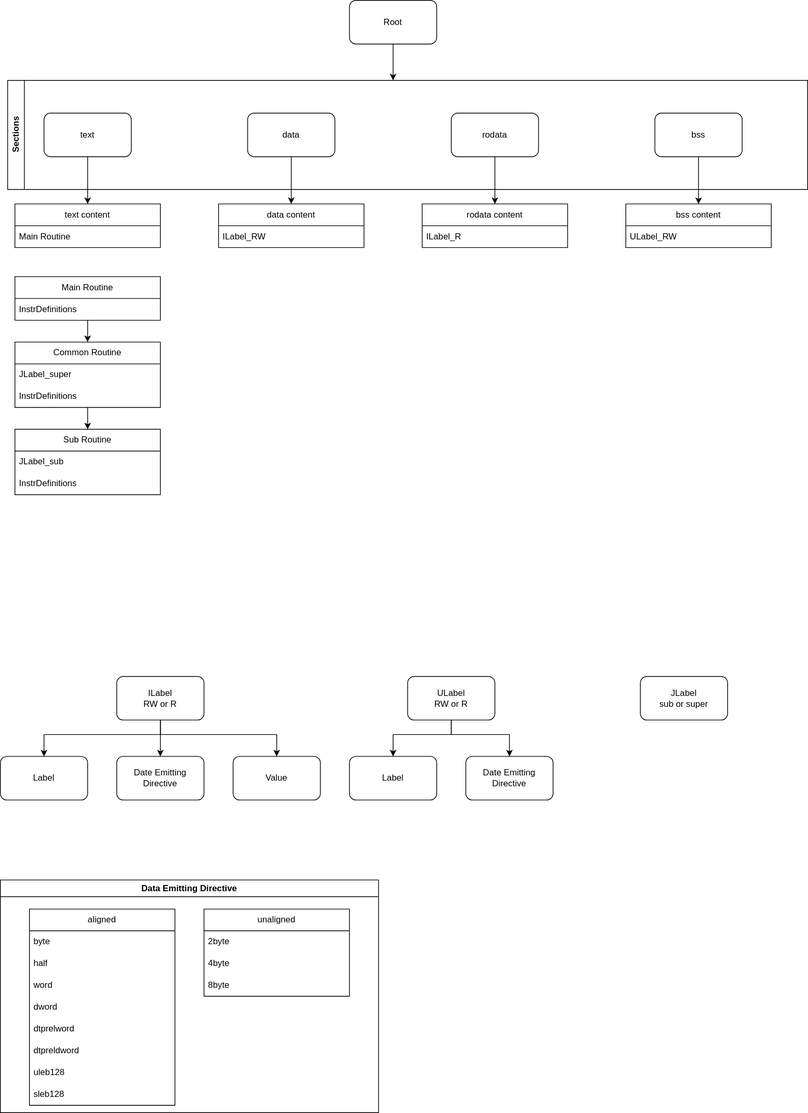
The draw.io diagram docs/RiscV/RiscV - Grammar.drawio.svg in consansri/ProSimWeb-Test, before a commit. Source tidied: cells renumbered, new cells last; positions are measured from the earlier drawing's top-left corner, leaving out a move shared by most shapes. The source it was exported from:
```xml
<mxGraphModel>
  <root>
    <mxCell id="0" />
    <mxCell id="1" parent="0" />
    <mxCell id="2" style="edgeStyle=orthogonalEdgeStyle;rounded=0;jettySize=auto;html=1;" parent="1" edge="1" source="3" target="4">
      <mxGeometry relative="1" as="geometry">
        <Array as="points">
          <mxPoint x="540" y="100" />
          <mxPoint x="540" y="100" />
        </Array>
      </mxGeometry>
    </mxCell>
    <mxCell id="3" value="Root" style="rounded=1;whiteSpace=wrap;html=1;" parent="1" vertex="1">
      <mxGeometry x="480" width="120" height="60" as="geometry" />
    </mxCell>
    <mxCell id="4" value="Sections" style="swimlane;horizontal=0;whiteSpace=wrap;html=1;" parent="1" vertex="1">
      <mxGeometry x="10" y="110" width="1100" height="150" as="geometry" />
    </mxCell>
    <mxCell id="5" value="text" style="rounded=1;whiteSpace=wrap;html=1;" parent="4" vertex="1">
      <mxGeometry x="50" y="45" width="120" height="60" as="geometry" />
    </mxCell>
    <mxCell id="6" value="data" style="rounded=1;whiteSpace=wrap;html=1;" parent="4" vertex="1">
      <mxGeometry x="330" y="45" width="120" height="60" as="geometry" />
    </mxCell>
    <mxCell id="7" value="rodata" style="rounded=1;whiteSpace=wrap;html=1;" parent="4" vertex="1">
      <mxGeometry x="610" y="45" width="120" height="60" as="geometry" />
    </mxCell>
    <mxCell id="8" value="bss" style="rounded=1;whiteSpace=wrap;html=1;" parent="4" vertex="1">
      <mxGeometry x="890" y="45" width="120" height="60" as="geometry" />
    </mxCell>
    <mxCell id="9" style="edgeStyle=orthogonalEdgeStyle;rounded=0;jettySize=auto;html=1;" parent="1" edge="1" source="5" target="41">
      <mxGeometry relative="1" as="geometry" />
    </mxCell>
    <mxCell id="10" style="edgeStyle=orthogonalEdgeStyle;rounded=0;jettySize=auto;html=1;" parent="1" edge="1" source="6" target="39">
      <mxGeometry relative="1" as="geometry" />
    </mxCell>
    <mxCell id="11" style="edgeStyle=orthogonalEdgeStyle;rounded=0;jettySize=auto;html=1;" parent="1" edge="1" source="7" target="44">
      <mxGeometry relative="1" as="geometry" />
    </mxCell>
    <mxCell id="12" style="edgeStyle=orthogonalEdgeStyle;rounded=0;jettySize=auto;html=1;" parent="1" edge="1" source="8" target="46">
      <mxGeometry relative="1" as="geometry" />
    </mxCell>
    <mxCell id="13" style="edgeStyle=orthogonalEdgeStyle;rounded=0;jettySize=auto;html=1;" parent="1" edge="1" source="16" target="17">
      <mxGeometry relative="1" as="geometry">
        <Array as="points">
          <mxPoint x="220" y="1010" />
          <mxPoint x="60" y="1010" />
        </Array>
      </mxGeometry>
    </mxCell>
    <mxCell id="14" style="edgeStyle=orthogonalEdgeStyle;rounded=0;jettySize=auto;html=1;" parent="1" edge="1" source="16" target="18">
      <mxGeometry relative="1" as="geometry" />
    </mxCell>
    <mxCell id="15" style="edgeStyle=orthogonalEdgeStyle;rounded=0;jettySize=auto;html=1;" parent="1" edge="1" source="16" target="33">
      <mxGeometry relative="1" as="geometry">
        <Array as="points">
          <mxPoint x="220" y="1010" />
          <mxPoint x="380" y="1010" />
        </Array>
      </mxGeometry>
    </mxCell>
    <mxCell id="16" value="ILabel&lt;br&gt;RW or R" style="rounded=1;whiteSpace=wrap;html=1;" parent="1" vertex="1">
      <mxGeometry x="160" y="930" width="120" height="60" as="geometry" />
    </mxCell>
    <mxCell id="17" value="Label" style="whiteSpace=wrap;html=1;rounded=1;" parent="1" vertex="1">
      <mxGeometry y="1040" width="120" height="60" as="geometry" />
    </mxCell>
    <mxCell id="18" value="Date Emitting Directive" style="whiteSpace=wrap;html=1;rounded=1;" parent="1" vertex="1">
      <mxGeometry x="160" y="1040" width="120" height="60" as="geometry" />
    </mxCell>
    <mxCell id="19" value="Data Emitting Directive" style="swimlane;whiteSpace=wrap;html=1;" parent="1" vertex="1">
      <mxGeometry y="1210" width="520" height="320" as="geometry" />
    </mxCell>
    <mxCell id="20" value="aligned" style="swimlane;fontStyle=0;horizontal=1;startSize=30;whiteSpace=wrap;html=1;" parent="19" vertex="1">
      <mxGeometry x="40" y="40" width="200" height="270" as="geometry" />
    </mxCell>
    <mxCell id="21" value="byte" style="text;strokeColor=none;fillColor=none;align=left;verticalAlign=middle;spacingLeft=4;spacingRight=4;overflow=hidden;whiteSpace=wrap;html=1;" parent="20" vertex="1">
      <mxGeometry y="30" width="200" height="30" as="geometry" />
    </mxCell>
    <mxCell id="22" value="half" style="text;strokeColor=none;fillColor=none;align=left;verticalAlign=middle;spacingLeft=4;spacingRight=4;overflow=hidden;whiteSpace=wrap;html=1;" parent="20" vertex="1">
      <mxGeometry y="60" width="200" height="30" as="geometry" />
    </mxCell>
    <mxCell id="23" value="word" style="text;strokeColor=none;fillColor=none;align=left;verticalAlign=middle;spacingLeft=4;spacingRight=4;overflow=hidden;whiteSpace=wrap;html=1;" parent="20" vertex="1">
      <mxGeometry y="90" width="200" height="30" as="geometry" />
    </mxCell>
    <mxCell id="24" value="dword" style="text;strokeColor=none;fillColor=none;align=left;verticalAlign=middle;spacingLeft=4;spacingRight=4;overflow=hidden;whiteSpace=wrap;html=1;" parent="20" vertex="1">
      <mxGeometry y="120" width="200" height="30" as="geometry" />
    </mxCell>
    <mxCell id="25" value="dtprelword" style="text;strokeColor=none;fillColor=none;align=left;verticalAlign=middle;spacingLeft=4;spacingRight=4;overflow=hidden;whiteSpace=wrap;html=1;" parent="20" vertex="1">
      <mxGeometry y="150" width="200" height="30" as="geometry" />
    </mxCell>
    <mxCell id="26" value="dtpreldword" style="text;strokeColor=none;fillColor=none;align=left;verticalAlign=middle;spacingLeft=4;spacingRight=4;overflow=hidden;whiteSpace=wrap;html=1;" parent="20" vertex="1">
      <mxGeometry y="180" width="200" height="30" as="geometry" />
    </mxCell>
    <mxCell id="27" value="uleb128" style="text;strokeColor=none;fillColor=none;align=left;verticalAlign=middle;spacingLeft=4;spacingRight=4;overflow=hidden;whiteSpace=wrap;html=1;" parent="20" vertex="1">
      <mxGeometry y="210" width="200" height="30" as="geometry" />
    </mxCell>
    <mxCell id="28" value="sleb128" style="text;strokeColor=none;fillColor=none;align=left;verticalAlign=middle;spacingLeft=4;spacingRight=4;overflow=hidden;whiteSpace=wrap;html=1;" parent="20" vertex="1">
      <mxGeometry y="240" width="200" height="30" as="geometry" />
    </mxCell>
    <mxCell id="29" value="unaligned" style="swimlane;fontStyle=0;horizontal=1;startSize=30;whiteSpace=wrap;html=1;" parent="19" vertex="1">
      <mxGeometry x="280" y="40" width="200" height="120" as="geometry" />
    </mxCell>
    <mxCell id="30" value="2byte" style="text;strokeColor=none;fillColor=none;align=left;verticalAlign=middle;spacingLeft=4;spacingRight=4;overflow=hidden;whiteSpace=wrap;html=1;" parent="29" vertex="1">
      <mxGeometry y="30" width="200" height="30" as="geometry" />
    </mxCell>
    <mxCell id="31" value="4byte" style="text;strokeColor=none;fillColor=none;align=left;verticalAlign=middle;spacingLeft=4;spacingRight=4;overflow=hidden;whiteSpace=wrap;html=1;" parent="29" vertex="1">
      <mxGeometry y="60" width="200" height="30" as="geometry" />
    </mxCell>
    <mxCell id="32" value="8byte" style="text;strokeColor=none;fillColor=none;align=left;verticalAlign=middle;spacingLeft=4;spacingRight=4;overflow=hidden;whiteSpace=wrap;html=1;" parent="29" vertex="1">
      <mxGeometry y="90" width="200" height="30" as="geometry" />
    </mxCell>
    <mxCell id="33" value="Value" style="whiteSpace=wrap;html=1;rounded=1;" parent="1" vertex="1">
      <mxGeometry x="320" y="1040" width="120" height="60" as="geometry" />
    </mxCell>
    <mxCell id="34" style="edgeStyle=orthogonalEdgeStyle;rounded=0;jettySize=auto;html=1;" parent="1" edge="1" source="36" target="37">
      <mxGeometry relative="1" as="geometry">
        <Array as="points">
          <mxPoint x="620" y="1010" />
          <mxPoint x="540" y="1010" />
        </Array>
      </mxGeometry>
    </mxCell>
    <mxCell id="35" style="edgeStyle=orthogonalEdgeStyle;rounded=0;jettySize=auto;html=1;" parent="1" edge="1" source="36" target="38">
      <mxGeometry relative="1" as="geometry">
        <Array as="points">
          <mxPoint x="620" y="1010" />
          <mxPoint x="700" y="1010" />
        </Array>
      </mxGeometry>
    </mxCell>
    <mxCell id="36" value="ULabel&lt;br&gt;RW or R" style="rounded=1;whiteSpace=wrap;html=1;" parent="1" vertex="1">
      <mxGeometry x="560" y="930" width="120" height="60" as="geometry" />
    </mxCell>
    <mxCell id="37" value="Label" style="whiteSpace=wrap;html=1;rounded=1;" parent="1" vertex="1">
      <mxGeometry x="480" y="1040" width="120" height="60" as="geometry" />
    </mxCell>
    <mxCell id="38" value="Date Emitting Directive" style="whiteSpace=wrap;html=1;rounded=1;" parent="1" vertex="1">
      <mxGeometry x="640" y="1040" width="120" height="60" as="geometry" />
    </mxCell>
    <mxCell id="39" value="data content" style="swimlane;fontStyle=0;horizontal=1;startSize=30;whiteSpace=wrap;html=1;" parent="1" vertex="1">
      <mxGeometry x="300" y="280" width="200" height="60" as="geometry" />
    </mxCell>
    <mxCell id="40" value="ILabel_RW" style="text;strokeColor=none;fillColor=none;align=left;verticalAlign=middle;spacingLeft=4;spacingRight=4;overflow=hidden;whiteSpace=wrap;html=1;" parent="39" vertex="1">
      <mxGeometry y="30" width="200" height="30" as="geometry" />
    </mxCell>
    <mxCell id="41" value="text content" style="swimlane;fontStyle=0;horizontal=1;startSize=30;whiteSpace=wrap;html=1;" parent="1" vertex="1">
      <mxGeometry x="20" y="280" width="200" height="60" as="geometry" />
    </mxCell>
    <mxCell id="42" value="Main Routine" style="text;strokeColor=none;fillColor=none;align=left;verticalAlign=middle;spacingLeft=4;spacingRight=4;overflow=hidden;whiteSpace=wrap;html=1;" parent="41" vertex="1">
      <mxGeometry y="30" width="200" height="30" as="geometry" />
    </mxCell>
    <mxCell id="43" value="JLabel&lt;br&gt;sub or super" style="rounded=1;whiteSpace=wrap;html=1;" parent="1" vertex="1">
      <mxGeometry x="880" y="930" width="120" height="60" as="geometry" />
    </mxCell>
    <mxCell id="44" value="rodata content" style="swimlane;fontStyle=0;horizontal=1;startSize=30;whiteSpace=wrap;html=1;" parent="1" vertex="1">
      <mxGeometry x="580" y="280" width="200" height="60" as="geometry" />
    </mxCell>
    <mxCell id="45" value="ILabel_R" style="text;strokeColor=none;fillColor=none;align=left;verticalAlign=middle;spacingLeft=4;spacingRight=4;overflow=hidden;whiteSpace=wrap;html=1;" parent="44" vertex="1">
      <mxGeometry y="30" width="200" height="30" as="geometry" />
    </mxCell>
    <mxCell id="46" value="bss content" style="swimlane;fontStyle=0;horizontal=1;startSize=30;whiteSpace=wrap;html=1;" parent="1" vertex="1">
      <mxGeometry x="860" y="280" width="200" height="60" as="geometry" />
    </mxCell>
    <mxCell id="47" value="ULabel_RW" style="text;strokeColor=none;fillColor=none;align=left;verticalAlign=middle;spacingLeft=4;spacingRight=4;overflow=hidden;whiteSpace=wrap;html=1;" parent="46" vertex="1">
      <mxGeometry y="30" width="200" height="30" as="geometry" />
    </mxCell>
    <mxCell id="48" style="edgeStyle=orthogonalEdgeStyle;rounded=0;jettySize=auto;html=1;" parent="1" edge="1" source="49" target="52">
      <mxGeometry relative="1" as="geometry" />
    </mxCell>
    <mxCell id="49" value="Main Routine" style="swimlane;fontStyle=0;horizontal=1;startSize=30;whiteSpace=wrap;html=1;" parent="1" vertex="1">
      <mxGeometry x="20" y="380" width="200" height="60" as="geometry" />
    </mxCell>
    <mxCell id="50" value="InstrDefinitions" style="text;strokeColor=none;fillColor=none;align=left;verticalAlign=middle;spacingLeft=4;spacingRight=4;overflow=hidden;whiteSpace=wrap;html=1;" parent="49" vertex="1">
      <mxGeometry y="30" width="200" height="30" as="geometry" />
    </mxCell>
    <mxCell id="51" style="edgeStyle=orthogonalEdgeStyle;rounded=0;jettySize=auto;html=1;" parent="1" edge="1" source="52" target="55">
      <mxGeometry relative="1" as="geometry" />
    </mxCell>
    <mxCell id="52" value="Common Routine" style="swimlane;fontStyle=0;horizontal=1;startSize=30;whiteSpace=wrap;html=1;" parent="1" vertex="1">
      <mxGeometry x="20" y="470" width="200" height="90" as="geometry" />
    </mxCell>
    <mxCell id="53" value="JLabel_super" style="text;strokeColor=none;fillColor=none;align=left;verticalAlign=middle;spacingLeft=4;spacingRight=4;overflow=hidden;whiteSpace=wrap;html=1;" parent="52" vertex="1">
      <mxGeometry y="30" width="200" height="30" as="geometry" />
    </mxCell>
    <mxCell id="54" value="InstrDefinitions" style="text;strokeColor=none;fillColor=none;align=left;verticalAlign=middle;spacingLeft=4;spacingRight=4;overflow=hidden;whiteSpace=wrap;html=1;" parent="52" vertex="1">
      <mxGeometry y="60" width="200" height="30" as="geometry" />
    </mxCell>
    <mxCell id="55" value="Sub Routine" style="swimlane;fontStyle=0;horizontal=1;startSize=30;whiteSpace=wrap;html=1;" parent="1" vertex="1">
      <mxGeometry x="20" y="590" width="200" height="90" as="geometry" />
    </mxCell>
    <mxCell id="56" value="JLabel_sub" style="text;strokeColor=none;fillColor=none;align=left;verticalAlign=middle;spacingLeft=4;spacingRight=4;overflow=hidden;whiteSpace=wrap;html=1;" parent="55" vertex="1">
      <mxGeometry y="30" width="200" height="30" as="geometry" />
    </mxCell>
    <mxCell id="57" value="InstrDefinitions" style="text;strokeColor=none;fillColor=none;align=left;verticalAlign=middle;spacingLeft=4;spacingRight=4;overflow=hidden;whiteSpace=wrap;html=1;" parent="55" vertex="1">
      <mxGeometry y="60" width="200" height="30" as="geometry" />
    </mxCell>
  </root>
</mxGraphModel>
```
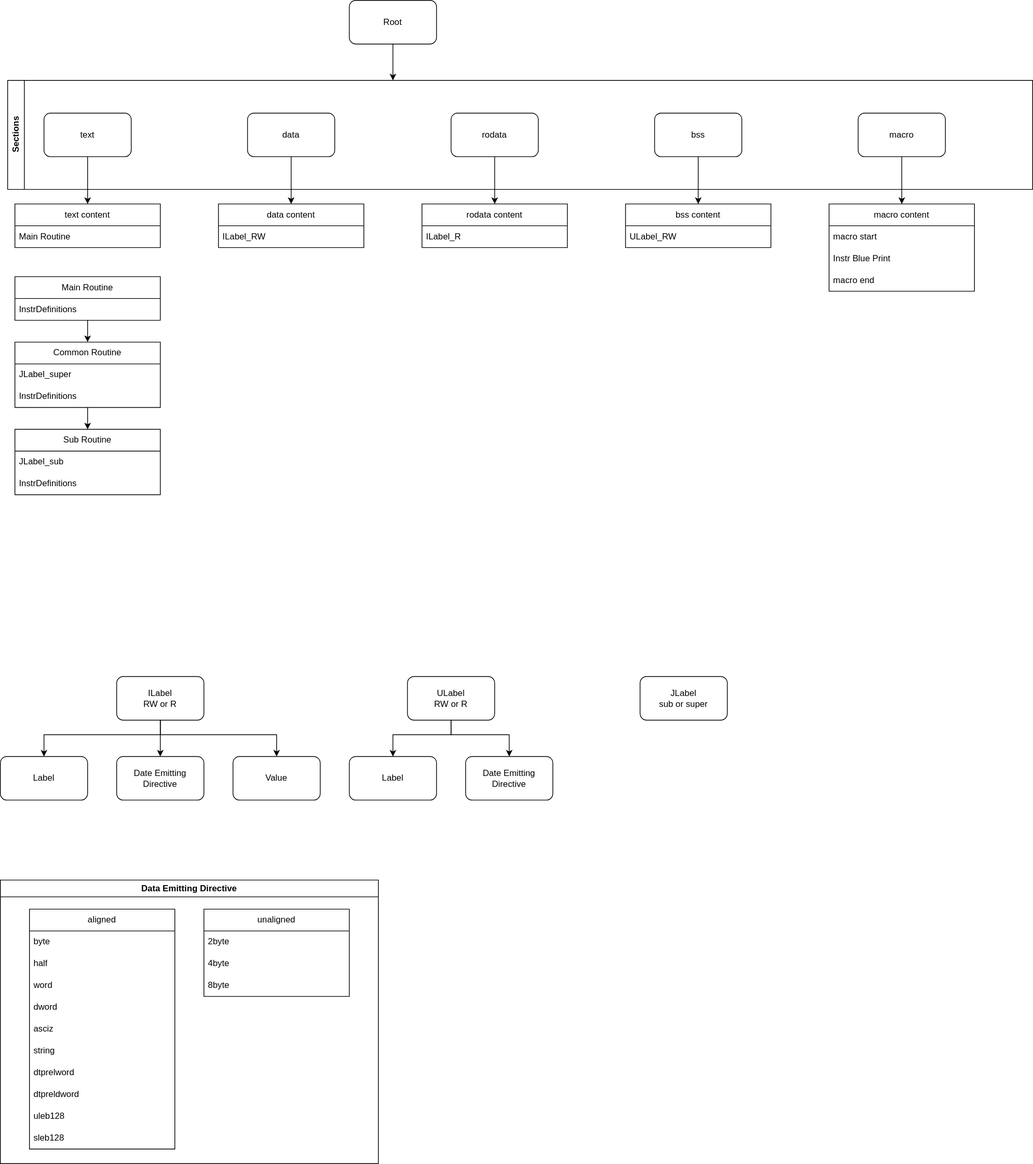
After the change.

The edit, as a diff of the source:
```diff
@@ -14,7 +14,7 @@
       <mxGeometry x="480" width="120" height="60" as="geometry" />
     </mxCell>
     <mxCell id="4" value="Sections" style="swimlane;horizontal=0;whiteSpace=wrap;html=1;" parent="1" vertex="1">
-      <mxGeometry x="10" y="110" width="1100" height="150" as="geometry" />
+      <mxGeometry x="10" y="110" width="1410" height="150" as="geometry" />
     </mxCell>
     <mxCell id="5" value="text" style="rounded=1;whiteSpace=wrap;html=1;" parent="4" vertex="1">
       <mxGeometry x="50" y="45" width="120" height="60" as="geometry" />
@@ -28,6 +28,9 @@
     <mxCell id="8" value="bss" style="rounded=1;whiteSpace=wrap;html=1;" parent="4" vertex="1">
       <mxGeometry x="890" y="45" width="120" height="60" as="geometry" />
     </mxCell>
+    <mxCell id="58" value="macro" style="rounded=1;whiteSpace=wrap;html=1;" parent="4" vertex="1">
+      <mxGeometry x="1170" y="45" width="120" height="60" as="geometry" />
+    </mxCell>
     <mxCell id="9" style="edgeStyle=orthogonalEdgeStyle;rounded=0;jettySize=auto;html=1;" parent="1" edge="1" source="5" target="41">
       <mxGeometry relative="1" as="geometry" />
     </mxCell>
@@ -69,10 +72,10 @@
       <mxGeometry x="160" y="1040" width="120" height="60" as="geometry" />
     </mxCell>
     <mxCell id="19" value="Data Emitting Directive" style="swimlane;whiteSpace=wrap;html=1;" parent="1" vertex="1">
-      <mxGeometry y="1210" width="520" height="320" as="geometry" />
+      <mxGeometry y="1210" width="520" height="390" as="geometry" />
     </mxCell>
     <mxCell id="20" value="aligned" style="swimlane;fontStyle=0;horizontal=1;startSize=30;whiteSpace=wrap;html=1;" parent="19" vertex="1">
-      <mxGeometry x="40" y="40" width="200" height="270" as="geometry" />
+      <mxGeometry x="40" y="40" width="200" height="330" as="geometry" />
     </mxCell>
     <mxCell id="21" value="byte" style="text;strokeColor=none;fillColor=none;align=left;verticalAlign=middle;spacingLeft=4;spacingRight=4;overflow=hidden;whiteSpace=wrap;html=1;" parent="20" vertex="1">
       <mxGeometry y="30" width="200" height="30" as="geometry" />
@@ -86,17 +89,23 @@
     <mxCell id="24" value="dword" style="text;strokeColor=none;fillColor=none;align=left;verticalAlign=middle;spacingLeft=4;spacingRight=4;overflow=hidden;whiteSpace=wrap;html=1;" parent="20" vertex="1">
       <mxGeometry y="120" width="200" height="30" as="geometry" />
     </mxCell>
+    <mxCell id="59" value="asciz" style="text;strokeColor=none;fillColor=none;align=left;verticalAlign=middle;spacingLeft=4;spacingRight=4;overflow=hidden;whiteSpace=wrap;html=1;" parent="20" vertex="1">
+      <mxGeometry y="150" width="200" height="30" as="geometry" />
+    </mxCell>
+    <mxCell id="60" value="string" style="text;strokeColor=none;fillColor=none;align=left;verticalAlign=middle;spacingLeft=4;spacingRight=4;overflow=hidden;whiteSpace=wrap;html=1;" parent="20" vertex="1">
+      <mxGeometry y="180" width="200" height="30" as="geometry" />
+    </mxCell>
     <mxCell id="25" value="dtprelword" style="text;strokeColor=none;fillColor=none;align=left;verticalAlign=middle;spacingLeft=4;spacingRight=4;overflow=hidden;whiteSpace=wrap;html=1;" parent="20" vertex="1">
-      <mxGeometry y="150" width="200" height="30" as="geometry" />
+      <mxGeometry y="210" width="200" height="30" as="geometry" />
     </mxCell>
     <mxCell id="26" value="dtpreldword" style="text;strokeColor=none;fillColor=none;align=left;verticalAlign=middle;spacingLeft=4;spacingRight=4;overflow=hidden;whiteSpace=wrap;html=1;" parent="20" vertex="1">
-      <mxGeometry y="180" width="200" height="30" as="geometry" />
+      <mxGeometry y="240" width="200" height="30" as="geometry" />
     </mxCell>
     <mxCell id="27" value="uleb128" style="text;strokeColor=none;fillColor=none;align=left;verticalAlign=middle;spacingLeft=4;spacingRight=4;overflow=hidden;whiteSpace=wrap;html=1;" parent="20" vertex="1">
-      <mxGeometry y="210" width="200" height="30" as="geometry" />
+      <mxGeometry y="270" width="200" height="30" as="geometry" />
     </mxCell>
     <mxCell id="28" value="sleb128" style="text;strokeColor=none;fillColor=none;align=left;verticalAlign=middle;spacingLeft=4;spacingRight=4;overflow=hidden;whiteSpace=wrap;html=1;" parent="20" vertex="1">
-      <mxGeometry y="240" width="200" height="30" as="geometry" />
+      <mxGeometry y="300" width="200" height="30" as="geometry" />
     </mxCell>
     <mxCell id="29" value="unaligned" style="swimlane;fontStyle=0;horizontal=1;startSize=30;whiteSpace=wrap;html=1;" parent="19" vertex="1">
       <mxGeometry x="280" y="40" width="200" height="120" as="geometry" />
@@ -195,5 +204,20 @@
     <mxCell id="57" value="InstrDefinitions" style="text;strokeColor=none;fillColor=none;align=left;verticalAlign=middle;spacingLeft=4;spacingRight=4;overflow=hidden;whiteSpace=wrap;html=1;" parent="55" vertex="1">
       <mxGeometry y="60" width="200" height="30" as="geometry" />
     </mxCell>
+    <mxCell id="61" value="macro content" style="swimlane;fontStyle=0;horizontal=1;startSize=30;whiteSpace=wrap;html=1;" parent="1" vertex="1">
+      <mxGeometry x="1140" y="280" width="200" height="120" as="geometry" />
+    </mxCell>
+    <mxCell id="62" value="macro start" style="text;strokeColor=none;fillColor=none;align=left;verticalAlign=middle;spacingLeft=4;spacingRight=4;overflow=hidden;whiteSpace=wrap;html=1;" parent="61" vertex="1">
+      <mxGeometry y="30" width="200" height="30" as="geometry" />
+    </mxCell>
+    <mxCell id="63" value="Instr Blue Print" style="text;strokeColor=none;fillColor=none;align=left;verticalAlign=middle;spacingLeft=4;spacingRight=4;overflow=hidden;whiteSpace=wrap;html=1;" parent="61" vertex="1">
+      <mxGeometry y="60" width="200" height="30" as="geometry" />
+    </mxCell>
+    <mxCell id="64" value="macro end" style="text;strokeColor=none;fillColor=none;align=left;verticalAlign=middle;spacingLeft=4;spacingRight=4;overflow=hidden;whiteSpace=wrap;html=1;" parent="61" vertex="1">
+      <mxGeometry y="90" width="200" height="30" as="geometry" />
+    </mxCell>
+    <mxCell id="65" style="edgeStyle=orthogonalEdgeStyle;rounded=0;jettySize=auto;html=1;" parent="1" edge="1" source="58" target="61">
+      <mxGeometry relative="1" as="geometry" />
+    </mxCell>
   </root>
 </mxGraphModel>
```
